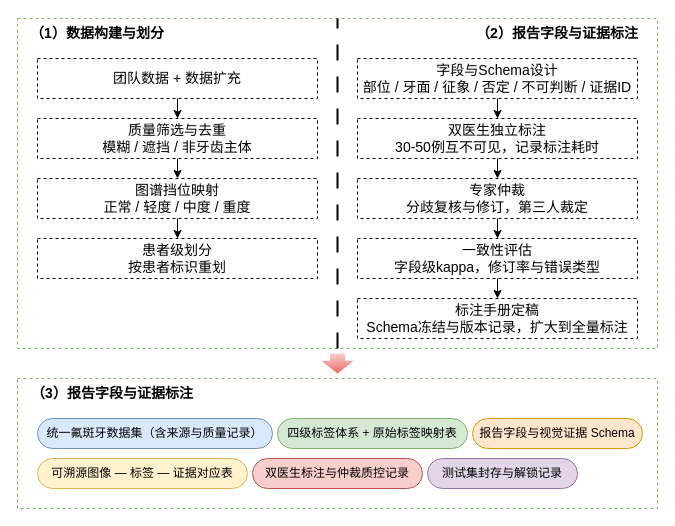
Above: ThesisProposal/draft/开题报告-cc-v2/figures/图5数据集构建与标注优化流程.drawio in XiaoHG/medical-report-generation (draw.io), before the change. Source tidied: cells renumbered, new cells numbered last; positions are measured from the earlier drawing's top-left corner, leaving out a move shared by most shapes. Both pictures are drawn from the tidied source at 100%, with x=0, y=0 at pixel (17, 18).
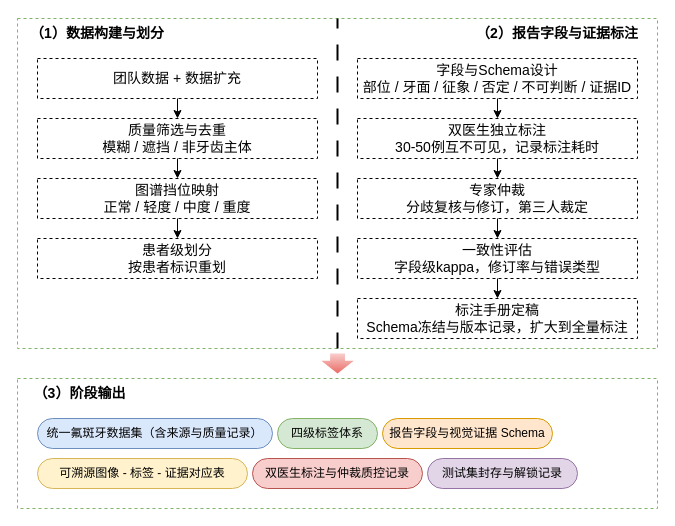
The same page after the edit.

Diff of the diagram source:
```diff
@@
-    <mxCell id="23" value="（3）报告字段与证据标注" style="text;html=1;whiteSpace=wrap;strokeColor=none;fillColor=none;align=center;verticalAlign=middle;rounded=0;fontStyle=1;fontSize=14;" parent="1" vertex="1">
-      <mxGeometry y="360" width="190" height="30" as="geometry" />
+    <mxCell id="23" value="（3）阶段输出" style="text;html=1;whiteSpace=wrap;strokeColor=none;fillColor=none;align=center;verticalAlign=middle;rounded=0;fontStyle=1;fontSize=14;" parent="1" vertex="1">
+      <mxGeometry y="360" width="125" height="30" as="geometry" />
     </mxCell>
@@
-    <mxCell id="25" value="四级标签体系 + 原始标签映射表" style="rounded=1;whiteSpace=wrap;html=1;arcSize=50;fillColor=#d5e8d4;strokeColor=#82b366;fontSize=12;" parent="1" vertex="1">
-      <mxGeometry x="260" y="400" width="190" height="30" as="geometry" />
+    <mxCell id="25" value="四级标签体系" style="rounded=1;whiteSpace=wrap;html=1;arcSize=50;fillColor=#d5e8d4;strokeColor=#82b366;fontSize=12;" parent="1" vertex="1">
+      <mxGeometry x="260" y="400" width="100" height="30" as="geometry" />
     </mxCell>
     <mxCell id="26" value="报告字段与视觉证据 Schema" style="rounded=1;whiteSpace=wrap;html=1;arcSize=50;fillColor=#ffe6cc;strokeColor=#d79b00;fontSize=12;" parent="1" vertex="1">
-      <mxGeometry x="455" y="400" width="170" height="30" as="geometry" />
+      <mxGeometry x="365" y="400" width="170" height="30" as="geometry" />
     </mxCell>
-    <mxCell id="27" value="可溯源图像 — 标签 — 证据对应表" style="rounded=1;whiteSpace=wrap;html=1;arcSize=50;fillColor=#fff2cc;strokeColor=#d6b656;" parent="1" vertex="1">
+    <mxCell id="27" value="可溯源图像 - 标签 - 证据对应表" style="rounded=1;whiteSpace=wrap;html=1;arcSize=50;fillColor=#fff2cc;strokeColor=#d6b656;" parent="1" vertex="1">
       <mxGeometry x="20" y="440" width="210" height="30" as="geometry" />
     </mxCell>
```
